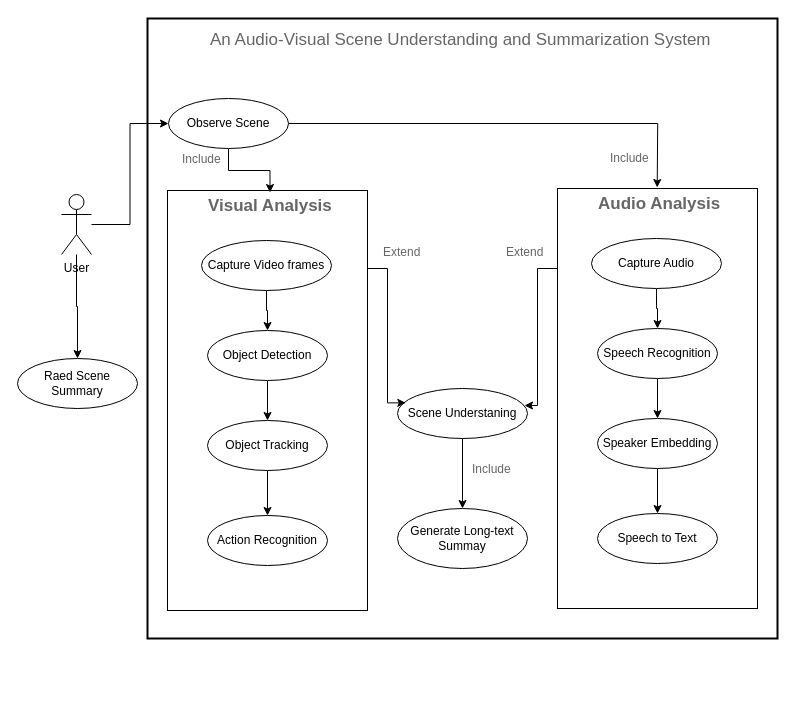
Above: Fydp.drawio in hridoy1000/Assignment (draw.io), before the change. Source tidied: cells renumbered, new cells numbered last; positions are measured from the earlier drawing's top-left corner, leaving out a move shared by most shapes. Both pictures are drawn from the tidied source at 100%, with x=0, y=0 at pixel (17, 18).
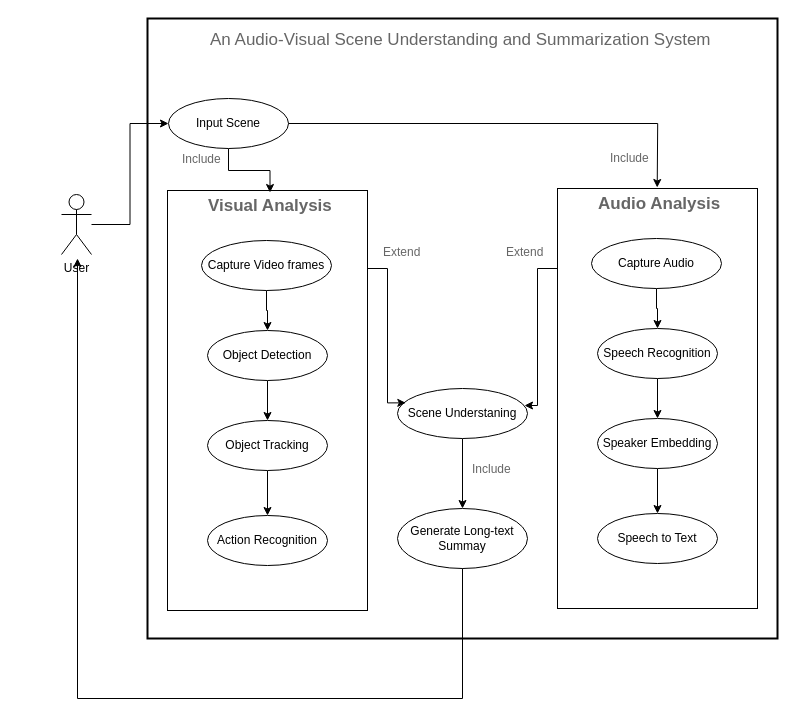
After the change.

The change refers to these unchanged cells:
```xml
<mxCell id="6" value="User" style="shape=umlActor;verticalLabelPosition=bottom;verticalAlign=top;html=1;outlineConnect=0;" parent="1" vertex="1">
  <mxGeometry x="44" y="176" width="30" height="60" as="geometry" />
</mxCell>
<mxCell id="28" value="Generate Long-text Summay" style="ellipse;whiteSpace=wrap;html=1;" parent="1" vertex="1">
  <mxGeometry x="380" y="490" width="130" height="60" as="geometry" />
</mxCell>
```

What changed in the source:
```diff
@@
-    <mxCell id="4" style="edgeStyle=orthogonalEdgeStyle;rounded=0;jettySize=auto;html=1;" parent="1" edge="1" source="6" target="29">
-      <mxGeometry relative="1" as="geometry" />
-    </mxCell>
@@
-    <mxCell id="8" value="Observe Scene" style="ellipse;whiteSpace=wrap;html=1;" parent="1" vertex="1">
+    <mxCell id="8" value="Input Scene" style="ellipse;whiteSpace=wrap;html=1;" parent="1" vertex="1">
       <mxGeometry x="151" y="80" width="120" height="50" as="geometry" />
     </mxCell>
@@
-    <mxCell id="29" value="Raed Scene Summary" style="ellipse;whiteSpace=wrap;html=1;" parent="1" vertex="1">
-      <mxGeometry y="340" width="120" height="50" as="geometry" />
-    </mxCell>
@@
+    <mxCell id="39" style="endArrow=classic;html=1;rounded=0;" parent="1" edge="1" source="28">
+      <mxGeometry relative="1" as="geometry">
+        <mxPoint x="60" y="240" as="targetPoint" />
+        <Array as="points">
+          <mxPoint x="445" y="680" />
+          <mxPoint x="60" y="680" />
+        </Array>
+      </mxGeometry>
+    </mxCell>
```
